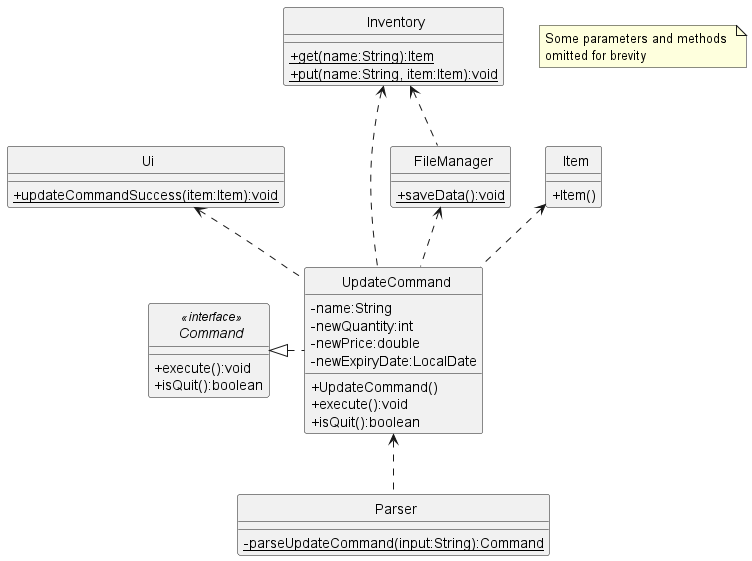
Earlier version of the PlantUML export docs/uml-diagrams/UpdateCommandClass.png (rismm/tp).
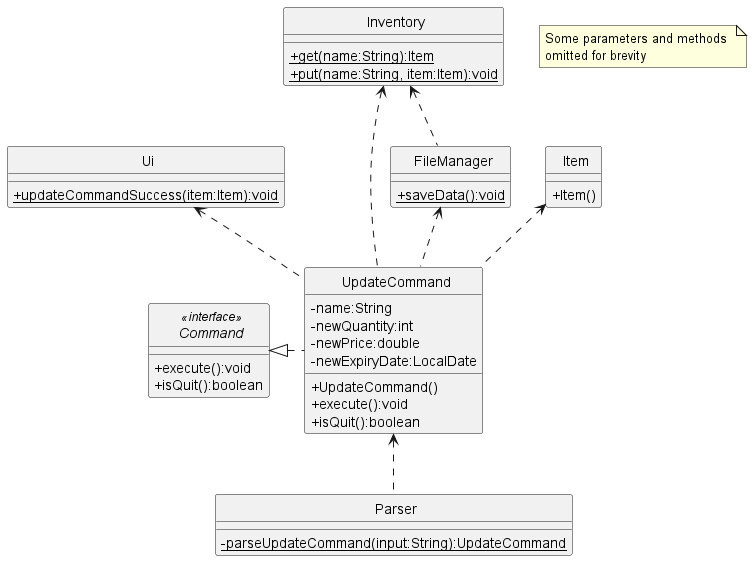
After the change.

Diff of the diagram source:
```diff
@@ -43,7 +43,7 @@
 }
 
 class Parser {
-    {static}-parseUpdateCommand(input:String):Command
+    {static}-parseUpdateCommand(input:String):UpdateCommand
 }
 
 class Inventory {
```
